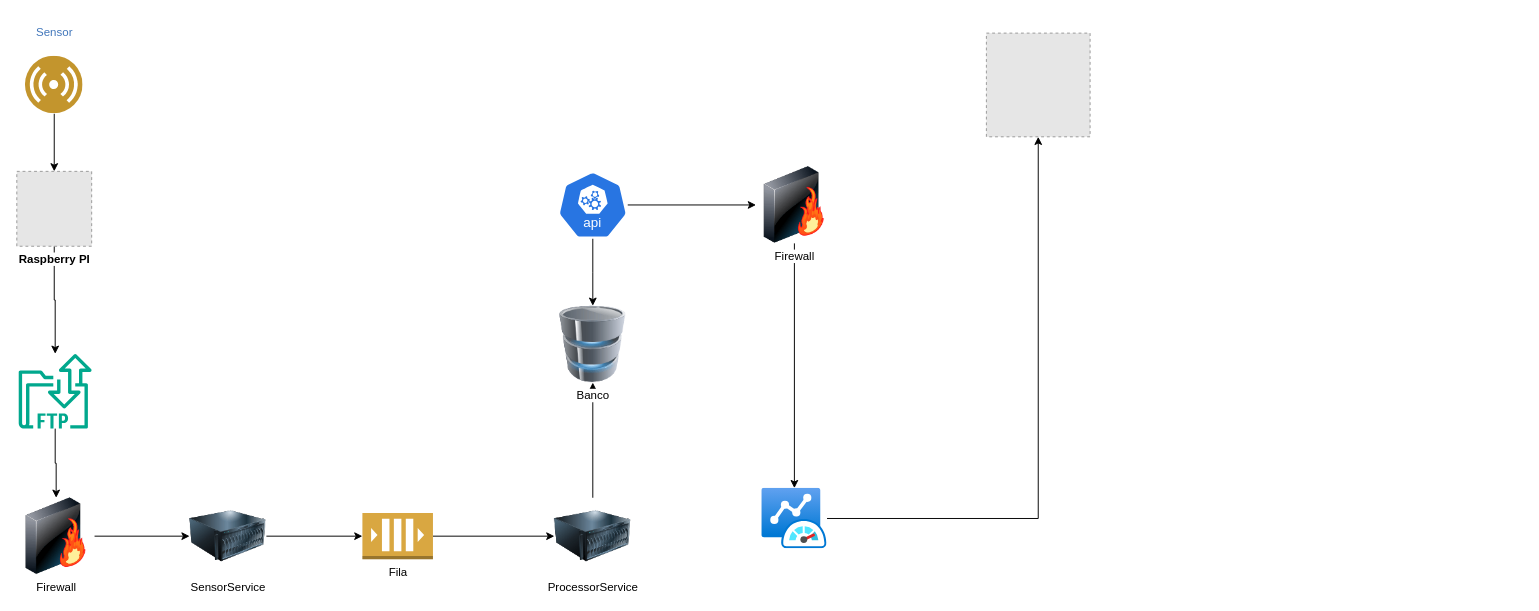
This is agricoNetArq.drawio from joaoaugusto2708/agricoNet, a draw.io file, before an edit. Source tidied: cells renumbered, new cells numbered last; positions are measured from the earlier drawing's top-left corner, leaving out a move shared by most shapes. Both pictures are drawn from the tidied source at 96%, with x=0, y=0 at pixel (16, 33). Pictures stored in the file or linked from it are replaced by grey dashed boxes.
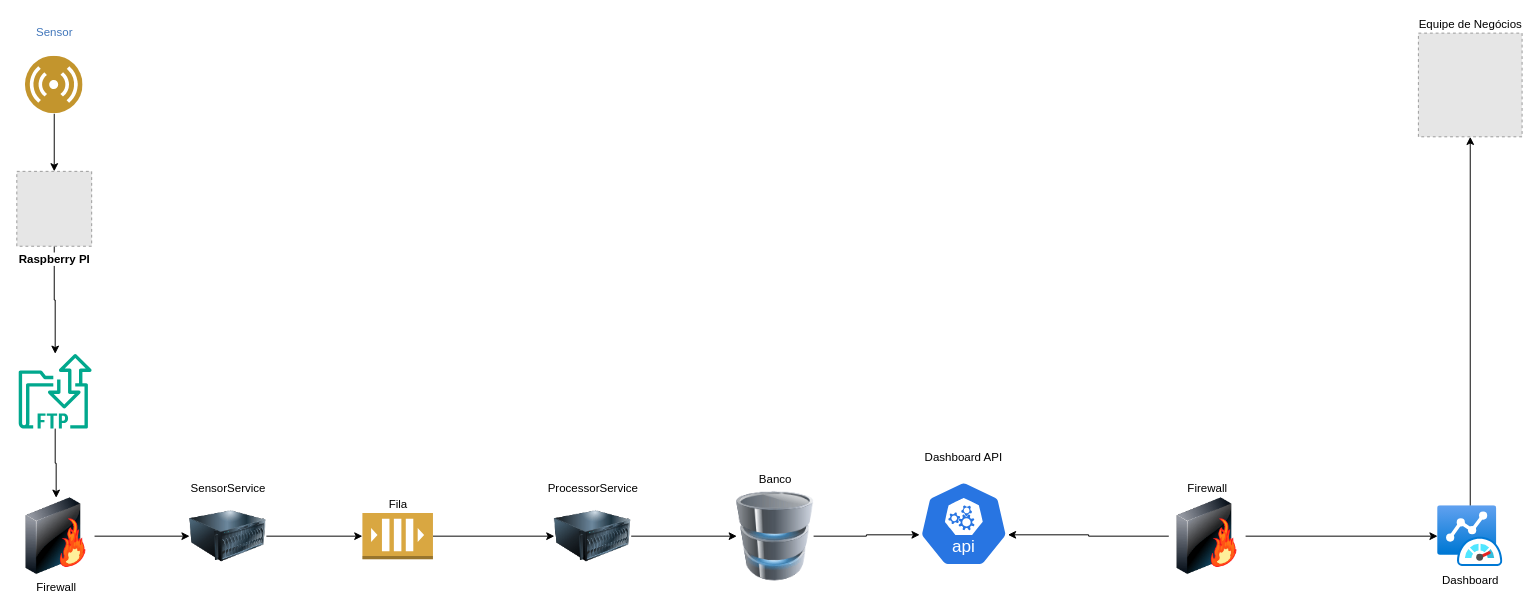
Above is the later version.

Diff of the diagram source:
```diff
@@
-    <mxCell id="8" value="SensorService" style="image;html=1;image=img/lib/clip_art/computers/Server_128x128.png;" parent="1" vertex="1">
+    <mxCell id="8" value="SensorService" style="image;html=1;image=img/lib/clip_art/computers/Server_128x128.png;labelPosition=center;verticalLabelPosition=top;align=center;verticalAlign=bottom;" parent="1" vertex="1">
       <mxGeometry x="180" y="484" width="80" height="80" as="geometry" />
     </mxCell>
@@
-    <mxCell id="12" value="Fila" style="outlineConnect=0;dashed=0;verticalLabelPosition=bottom;verticalAlign=top;align=center;html=1;shape=mxgraph.aws3.queue;fillColor=#D9A741;gradientColor=none;" parent="1" vertex="1">
+    <mxCell id="12" value="Fila" style="outlineConnect=0;dashed=0;verticalLabelPosition=top;verticalAlign=bottom;align=center;html=1;shape=mxgraph.aws3.queue;fillColor=#D9A741;gradientColor=none;labelPosition=center;" parent="1" vertex="1">
       <mxGeometry x="360" y="500" width="73.5" height="48" as="geometry" />
     </mxCell>
@@
-    <mxCell id="14" style="edgeStyle=orthogonalEdgeStyle;rounded=0;jettySize=auto;html=1;entryX=0.5;entryY=1;entryDx=0;entryDy=0;" parent="1" edge="1" source="15" target="16">
+    <mxCell id="14" style="edgeStyle=orthogonalEdgeStyle;rounded=0;jettySize=auto;html=1;entryX=0;entryY=0.5;entryDx=0;entryDy=0;" parent="1" edge="1" source="15" target="16">
       <mxGeometry relative="1" as="geometry" />
     </mxCell>
-    <mxCell id="15" value="ProcessorService" style="image;html=1;image=img/lib/clip_art/computers/Server_128x128.png;" parent="1" vertex="1">
+    <mxCell id="15" value="ProcessorService" style="image;html=1;image=img/lib/clip_art/computers/Server_128x128.png;labelPosition=center;verticalLabelPosition=top;align=center;verticalAlign=bottom;" parent="1" vertex="1">
       <mxGeometry x="560" y="484" width="80" height="80" as="geometry" />
     </mxCell>
-    <mxCell id="16" value="Banco" style="image;html=1;image=img/lib/clip_art/computers/Database_128x128.png;" parent="1" vertex="1">
-      <mxGeometry x="560" y="284" width="80" height="80" as="geometry" />
+    <mxCell id="16" value="Banco" style="image;html=1;image=img/lib/clip_art/computers/Database_128x128.png;labelPosition=center;verticalLabelPosition=top;align=center;verticalAlign=bottom;" parent="1" vertex="1">
+      <mxGeometry x="750" y="474" width="80" height="100" as="geometry" />
     </mxCell>
-    <mxCell id="17" style="edgeStyle=orthogonalEdgeStyle;rounded=0;jettySize=auto;html=1;entryX=0.5;entryY=0;entryDx=0;entryDy=0;" parent="1" edge="1" source="19" target="16">
-      <mxGeometry relative="1" as="geometry" />
-    </mxCell>
-    <mxCell id="18" style="edgeStyle=orthogonalEdgeStyle;rounded=0;jettySize=auto;html=1;entryX=0;entryY=0.5;entryDx=0;entryDy=0;" parent="1" edge="1" source="19" target="21">
-      <mxGeometry relative="1" as="geometry" />
-    </mxCell>
-    <mxCell id="19" style="sketch=0;html=1;dashed=0;whitespace=wrap;verticalLabelPosition=bottom;verticalAlign=top;fillColor=#2875E2;strokeColor=#ffffff;points=[[0.005,0.63,0],[0.1,0.2,0],[0.9,0.2,0],[0.5,0,0],[0.995,0.63,0],[0.72,0.99,0],[0.5,1,0],[0.28,0.99,0]];shape=mxgraph.kubernetes.icon2;kubernetesLabel=1;prIcon=api;" parent="1" vertex="1">
-      <mxGeometry x="563.5" y="144" width="72.9" height="70" as="geometry" />
+    <mxCell id="19" value="Dashboard API&lt;div&gt;&lt;br&gt;&lt;/div&gt;" style="sketch=0;html=1;dashed=0;whitespace=wrap;verticalLabelPosition=top;verticalAlign=bottom;fillColor=#2875E2;strokeColor=#ffffff;points=[[0.005,0.63,0],[0.1,0.2,0],[0.9,0.2,0],[0.5,0,0],[0.995,0.63,0],[0.72,0.99,0],[0.5,1,0],[0.28,0.99,0]];shape=mxgraph.kubernetes.icon2;kubernetesLabel=1;prIcon=api;labelPosition=center;align=center;" parent="1" vertex="1">
+      <mxGeometry x="940" y="466.4" width="92.9" height="89.2" as="geometry" />
     </mxCell>
@@
-    <mxCell id="21" value="&lt;div&gt;Firewall&lt;/div&gt;" style="image;html=1;image=img/lib/clip_art/networking/Firewall-page1_128x128.png;" parent="1" vertex="1">
-      <mxGeometry x="770" y="139" width="80" height="80" as="geometry" />
+    <mxCell id="21" value="&lt;div&gt;Firewall&lt;/div&gt;" style="image;html=1;image=img/lib/clip_art/networking/Firewall-page1_128x128.png;labelPosition=center;verticalLabelPosition=top;align=center;verticalAlign=bottom;" parent="1" vertex="1">
+      <mxGeometry x="1200" y="484" width="80" height="80" as="geometry" />
     </mxCell>
-    <mxCell id="22" style="fillColor=#E6E6E6;strokeColor=#999999;dashed=1;html=1;verticalAlign=top;verticalLabelPosition=bottom;labelBackgroundColor=#ffffff;" parent="1" vertex="1">
-      <mxGeometry x="1010" width="108" height="108" as="geometry" />
+    <mxCell id="22" value="Equipe de Negócios" style="fillColor=#E6E6E6;strokeColor=#999999;dashed=1;html=1;verticalAlign=bottom;verticalLabelPosition=top;labelBackgroundColor=#ffffff;labelPosition=center;align=center;" parent="1" vertex="1">
+      <mxGeometry x="1460" width="108" height="108" as="geometry" />
     </mxCell>
@@
-    <mxCell id="24" style="image;html=1;points=[];align=center;fontSize=12;image=img/lib/azure2/other/Azure_Monitor_Dashboard.svg;" parent="1" vertex="1">
-      <mxGeometry x="776" y="474" width="68" height="63.2" as="geometry" />
+    <mxCell id="24" value="Dashboard" style="image;html=1;points=[];align=center;fontSize=12;image=img/lib/azure2/other/Azure_Monitor_Dashboard.svg;" parent="1" vertex="1">
+      <mxGeometry x="1480" y="492.4" width="68" height="63.2" as="geometry" />
     </mxCell>
+    <mxCell id="25" style="edgeStyle=orthogonalEdgeStyle;rounded=0;jettySize=auto;html=1;entryX=0.995;entryY=0.63;entryDx=0;entryDy=0;entryPerimeter=0;" parent="1" edge="1" source="21" target="19">
+      <mxGeometry relative="1" as="geometry" />
+    </mxCell>
+    <mxCell id="26" style="edgeStyle=orthogonalEdgeStyle;rounded=0;jettySize=auto;html=1;entryX=0.005;entryY=0.63;entryDx=0;entryDy=0;entryPerimeter=0;" parent="1" edge="1" source="16" target="19">
+      <mxGeometry relative="1" as="geometry" />
+    </mxCell>
```
